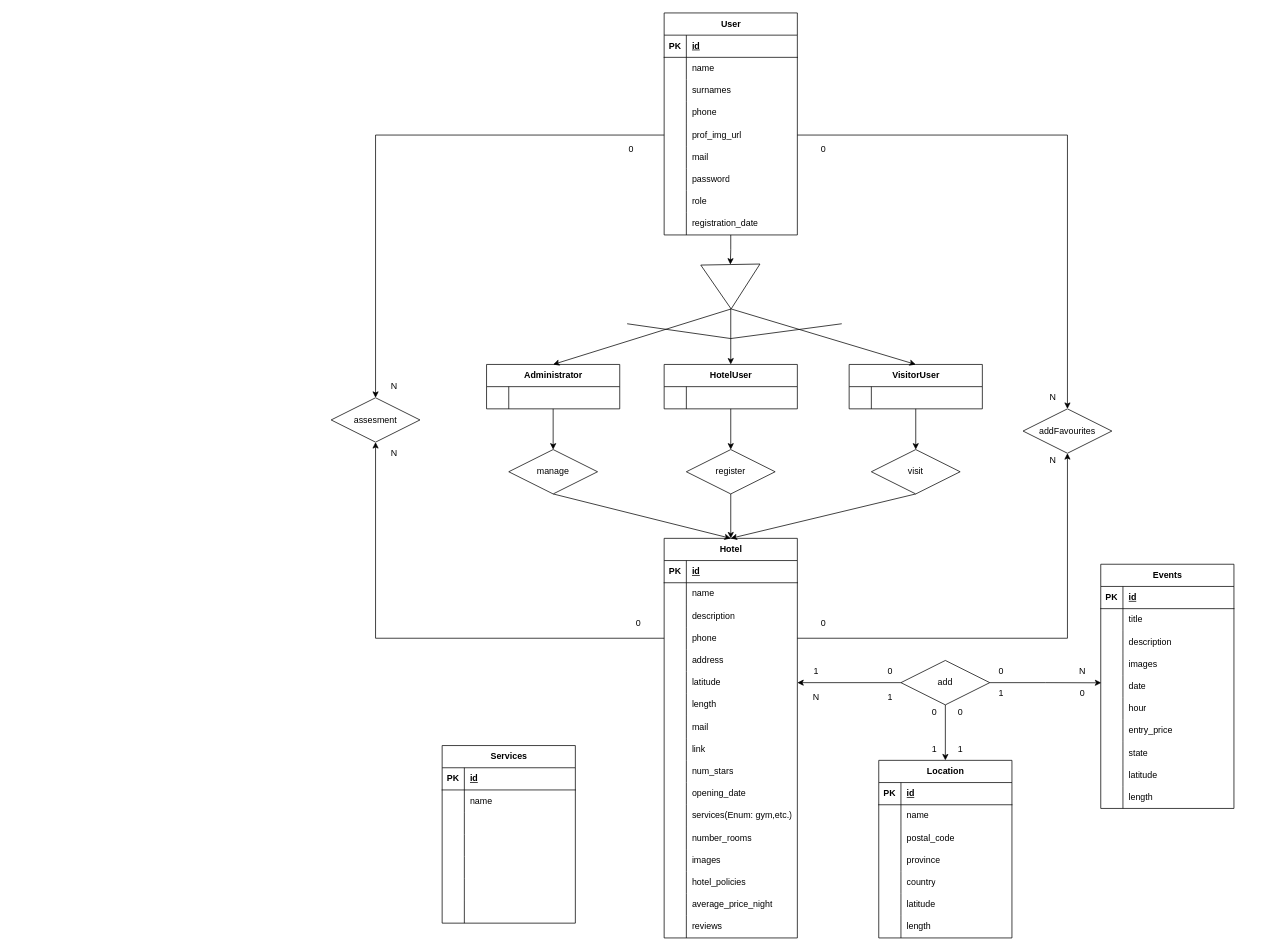
Above: c6_hohoHotel.drawio in SerotDev/sru-abi-rlm-project-backend (draw.io), before the change. Source tidied: cells renumbered, new cells numbered last; positions are measured from the earlier drawing's top-left corner, leaving out a move shared by most shapes. Both pictures are drawn from the tidied source at 74%, with x=0, y=0 at pixel (13, 13).
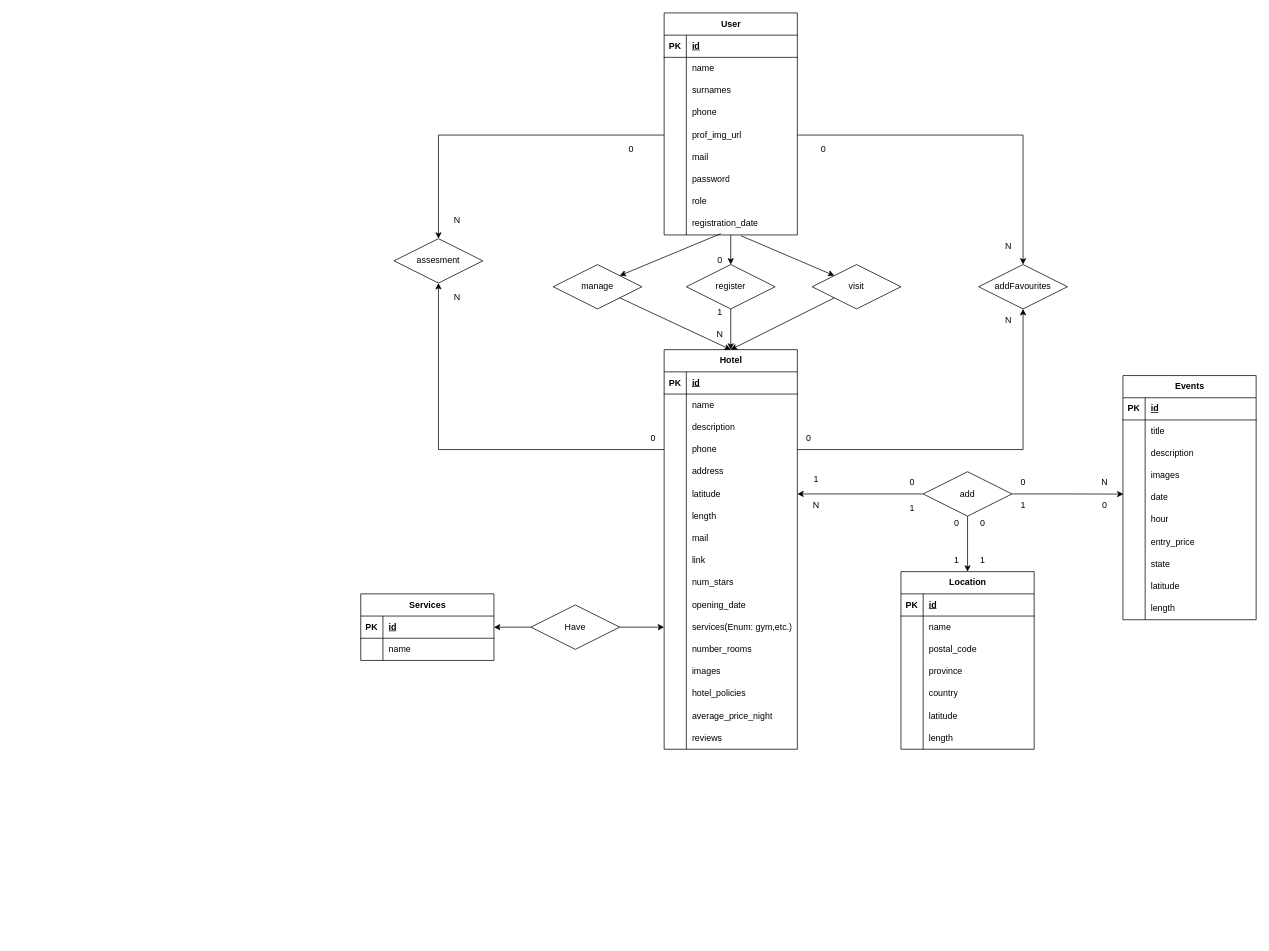
After the change.

The change refers to these unchanged cells:
```xml
<mxCell id="3" value="User" style="shape=table;startSize=30;childLayout=tableLayout;rowLines=0;fontStyle=1;align=center;html=1;" parent="1" vertex="1">
  <mxGeometry x="880" width="180" height="300" as="geometry" />
</mxCell>
<mxCell id="28" style="shape=tableRow;horizontal=0;startSize=0;swimlaneHead=0;swimlaneBody=0;fillColor=none;points=[[0,0.5],[1,0.5]];portConstraint=eastwest;top=0;left=0;right=0;bottom=0;" parent="3" vertex="1">
  <mxGeometry y="270" width="180" height="30" as="geometry" />
</mxCell>
<mxCell id="118" style="shape=tableRow;horizontal=0;startSize=0;swimlaneHead=0;swimlaneBody=0;fillColor=none;points=[[0,0.5],[1,0.5]];portConstraint=eastwest;top=0;left=0;right=0;bottom=0;" parent="84" vertex="1">
  <mxGeometry y="360" width="180" height="30" as="geometry" />
</mxCell>
<mxCell id="206" style="shape=tableRow;horizontal=0;startSize=0;swimlaneHead=0;swimlaneBody=0;fillColor=none;points=[[0,0.5],[1,0.5]];portConstraint=eastwest;top=0;left=0;right=0;bottom=1;" parent="205" vertex="1">
  <mxGeometry y="30" width="180" height="30" as="geometry" />
</mxCell>
```

What changed in the source:
```diff
@@
-    <mxCell id="2" style="edgeStyle=orthogonalEdgeStyle;rounded=0;jettySize=auto;html=1;entryX=0;entryY=0.5;entryDx=0;entryDy=0;" parent="1" edge="1" source="3" target="178">
-      <mxGeometry relative="1" as="geometry" />
-    </mxCell>
@@
-    <mxCell id="31" style="edgeStyle=orthogonalEdgeStyle;rounded=0;jettySize=auto;html=1;entryX=0.5;entryY=0;entryDx=0;entryDy=0;" parent="1" edge="1" source="32" target="183">
+    <mxCell id="31" style="rounded=0;jettySize=auto;html=1;entryX=0;entryY=0;entryDx=0;entryDy=0;exitX=0.577;exitY=1.037;exitDx=0;exitDy=0;exitPerimeter=0;" parent="1" edge="1" source="28" target="183">
       <mxGeometry relative="1" as="geometry" />
     </mxCell>
-    <mxCell id="32" value="VisitorUser" style="shape=table;startSize=30;childLayout=tableLayout;rowLines=0;fontStyle=1;align=center;html=1;" parent="1" vertex="1">
-      <mxGeometry x="1130" y="475" width="180" height="60" as="geometry" />
-    </mxCell>
-    <mxCell id="33" style="shape=tableRow;horizontal=0;startSize=0;swimlaneHead=0;swimlaneBody=0;fillColor=none;top=0;left=0;right=0;bottom=0;" parent="32" vertex="1">
-      <mxGeometry y="30" width="180" height="30" as="geometry" />
-    </mxCell>
-    <mxCell id="34" style="shape=partialRectangle;fillColor=none;top=0;left=0;bottom=0;right=0;overflow=hidden;whiteSpace=wrap;html=1;" parent="33" vertex="1">
-      <mxGeometry width="30" height="30" as="geometry" />
-    </mxCell>
-    <mxCell id="35" style="shape=partialRectangle;fillColor=none;top=0;left=0;bottom=0;right=0;align=left;spacingLeft=6;overflow=hidden;whiteSpace=wrap;html=1;" parent="33" vertex="1">
-      <mxGeometry x="30" width="150" height="30" as="geometry" />
-    </mxCell>
-    <mxCell id="36" style="edgeStyle=orthogonalEdgeStyle;rounded=0;jettySize=auto;html=1;entryX=0.5;entryY=0;entryDx=0;entryDy=0;" parent="1" edge="1" source="37" target="141">
+    <mxCell id="36" style="rounded=0;jettySize=auto;html=1;entryX=0.5;entryY=0;entryDx=0;entryDy=0;" parent="1" edge="1" source="28" target="141">
       <mxGeometry relative="1" as="geometry" />
     </mxCell>
-    <mxCell id="37" value="HotelUser" style="shape=table;startSize=30;childLayout=tableLayout;rowLines=0;fontStyle=1;align=center;html=1;" parent="1" vertex="1">
-      <mxGeometry x="880" y="475" width="180" height="60" as="geometry" />
-    </mxCell>
-    <mxCell id="38" style="shape=tableRow;horizontal=0;startSize=0;swimlaneHead=0;swimlaneBody=0;fillColor=none;top=0;left=0;right=0;bottom=0;" parent="37" vertex="1">
-      <mxGeometry y="30" width="180" height="30" as="geometry" />
-    </mxCell>
-    <mxCell id="39" style="shape=partialRectangle;fillColor=none;top=0;left=0;bottom=0;right=0;overflow=hidden;whiteSpace=wrap;html=1;" parent="38" vertex="1">
-      <mxGeometry width="30" height="30" as="geometry" />
-    </mxCell>
-    <mxCell id="40" style="shape=partialRectangle;fillColor=none;top=0;left=0;bottom=0;right=0;align=left;spacingLeft=6;overflow=hidden;whiteSpace=wrap;html=1;" parent="38" vertex="1">
-      <mxGeometry x="30" width="150" height="30" as="geometry" />
-    </mxCell>
     <mxCell id="41" value="Events" style="shape=table;startSize=30;childLayout=tableLayout;rowLines=0;fontStyle=1;align=center;html=1;" parent="1" vertex="1">
-      <mxGeometry x="1470" y="745" width="180" height="330" as="geometry" />
+      <mxGeometry x="1500" y="490" width="180" height="330" as="geometry" />
     </mxCell>
@@
     <mxCell id="84" value="Hotel" style="shape=table;startSize=30;childLayout=tableLayout;rowLines=0;fontStyle=1;align=center;html=1;" parent="1" vertex="1">
-      <mxGeometry x="880" y="710" width="180" height="540" as="geometry" />
+      <mxGeometry x="880" y="455" width="180" height="540" as="geometry" />
     </mxCell>
@@
     <mxCell id="139" value="add" style="shape=rhombus;perimeter=rhombusPerimeter;whiteSpace=wrap;html=1;align=center;" parent="1" vertex="1">
-      <mxGeometry x="1200" y="875" width="120" height="60" as="geometry" />
+      <mxGeometry x="1230" y="620" width="120" height="60" as="geometry" />
     </mxCell>
@@
     <mxCell id="141" value="register" style="shape=rhombus;perimeter=rhombusPerimeter;whiteSpace=wrap;html=1;align=center;" parent="1" vertex="1">
-      <mxGeometry x="910" y="590" width="120" height="60" as="geometry" />
+      <mxGeometry x="910" y="340" width="120" height="60" as="geometry" />
     </mxCell>
-    <mxCell id="142" style="edgeStyle=orthogonalEdgeStyle;rounded=0;jettySize=auto;html=1;entryX=0.5;entryY=0;entryDx=0;entryDy=0;" parent="1" edge="1" source="143" target="181">
+    <mxCell id="142" style="rounded=0;jettySize=auto;html=1;entryX=1;entryY=0;entryDx=0;entryDy=0;exitX=0.425;exitY=0.943;exitDx=0;exitDy=0;exitPerimeter=0;" parent="1" edge="1" source="28" target="181">
       <mxGeometry relative="1" as="geometry" />
     </mxCell>
-    <mxCell id="143" value="Administrator" style="shape=table;startSize=30;childLayout=tableLayout;rowLines=0;fontStyle=1;align=center;html=1;" parent="1" vertex="1">
-      <mxGeometry x="640" y="475" width="180" height="60" as="geometry" />
-    </mxCell>
-    <mxCell id="144" style="shape=tableRow;horizontal=0;startSize=0;swimlaneHead=0;swimlaneBody=0;fillColor=none;top=0;left=0;right=0;bottom=0;" parent="143" vertex="1">
-      <mxGeometry y="30" width="180" height="30" as="geometry" />
-    </mxCell>
-    <mxCell id="145" style="shape=partialRectangle;fillColor=none;top=0;left=0;bottom=0;right=0;overflow=hidden;whiteSpace=wrap;html=1;" parent="144" vertex="1">
-      <mxGeometry width="30" height="30" as="geometry" />
-    </mxCell>
-    <mxCell id="146" style="shape=partialRectangle;fillColor=none;top=0;left=0;bottom=0;right=0;align=left;spacingLeft=6;overflow=hidden;whiteSpace=wrap;html=1;" parent="144" vertex="1">
-      <mxGeometry x="30" width="150" height="30" as="geometry" />
-    </mxCell>
     <mxCell id="147" value="Location" style="shape=table;startSize=30;childLayout=tableLayout;rowLines=0;fontStyle=1;align=center;html=1;" parent="1" vertex="1">
-      <mxGeometry x="1170" y="1010" width="180" height="240" as="geometry" />
+      <mxGeometry x="1200" y="755" width="180" height="240" as="geometry" />
     </mxCell>
@@
     <mxCell id="169" value="N" style="text;html=1;align=center;verticalAlign=middle;strokeColor=none;fillColor=none;" parent="1" vertex="1">
-      <mxGeometry x="1070" y="910" width="30" height="30" as="geometry" />
+      <mxGeometry x="1070" y="650" width="30" height="30" as="geometry" />
     </mxCell>
     <mxCell id="170" value="0" style="text;html=1;align=center;verticalAlign=middle;strokeColor=none;fillColor=none;" parent="1" vertex="1">
-      <mxGeometry x="1170" y="875" width="30" height="30" as="geometry" />
+      <mxGeometry x="1200" y="620" width="30" height="30" as="geometry" />
     </mxCell>
     <mxCell id="171" value="0" style="text;html=1;align=center;verticalAlign=middle;strokeColor=none;fillColor=none;" parent="1" vertex="1">
-      <mxGeometry x="1320" y="875" width="30" height="30" as="geometry" />
+      <mxGeometry x="1350" y="620" width="30" height="30" as="geometry" />
     </mxCell>
     <mxCell id="172" value="N" style="text;html=1;align=center;verticalAlign=middle;strokeColor=none;fillColor=none;" parent="1" vertex="1">
-      <mxGeometry x="1430" y="875" width="30" height="30" as="geometry" />
+      <mxGeometry x="1460" y="620" width="30" height="30" as="geometry" />
     </mxCell>
     <mxCell id="173" value="0" style="text;html=1;align=center;verticalAlign=middle;strokeColor=none;fillColor=none;" parent="1" vertex="1">
-      <mxGeometry x="1230" y="930" width="30" height="30" as="geometry" />
+      <mxGeometry x="1260" y="675" width="30" height="30" as="geometry" />
     </mxCell>
     <mxCell id="174" value="1" style="text;html=1;align=center;verticalAlign=middle;strokeColor=none;fillColor=none;" parent="1" vertex="1">
-      <mxGeometry x="1230" y="980" width="30" height="30" as="geometry" />
+      <mxGeometry x="1260" y="725" width="30" height="30" as="geometry" />
     </mxCell>
-    <mxCell id="175" style="rounded=0;jettySize=auto;html=1;entryX=0.5;entryY=0;entryDx=0;entryDy=0;exitX=1;exitY=0.5;exitDx=0;exitDy=0;" parent="1" edge="1" source="178" target="143">
-      <mxGeometry relative="1" as="geometry" />
-    </mxCell>
-    <mxCell id="176" style="edgeStyle=orthogonalEdgeStyle;rounded=0;jettySize=auto;html=1;entryX=0.5;entryY=0;entryDx=0;entryDy=0;" parent="1" edge="1" source="178" target="37">
-      <mxGeometry relative="1" as="geometry" />
-    </mxCell>
-    <mxCell id="177" style="rounded=0;jettySize=auto;html=1;entryX=0.5;entryY=0;entryDx=0;entryDy=0;exitX=1;exitY=0.5;exitDx=0;exitDy=0;" parent="1" edge="1" source="178" target="32">
-      <mxGeometry relative="1" as="geometry" />
-    </mxCell>
-    <mxCell id="178" style="triangle;whiteSpace=wrap;html=1;rotation=89;" parent="1" vertex="1">
-      <mxGeometry x="940" y="330" width="60" height="80" as="geometry" />
-    </mxCell>
@@
-    <mxCell id="180" style="rounded=0;jettySize=auto;html=1;exitX=0.5;exitY=1;exitDx=0;exitDy=0;entryX=0.5;entryY=0;entryDx=0;entryDy=0;" parent="1" edge="1" source="181" target="84">
+    <mxCell id="180" style="rounded=0;jettySize=auto;html=1;exitX=1;exitY=1;exitDx=0;exitDy=0;entryX=0.5;entryY=0;entryDx=0;entryDy=0;" parent="1" edge="1" source="181" target="84">
       <mxGeometry relative="1" as="geometry" />
     </mxCell>
     <mxCell id="181" value="manage" style="shape=rhombus;perimeter=rhombusPerimeter;whiteSpace=wrap;html=1;align=center;" parent="1" vertex="1">
-      <mxGeometry x="670" y="590" width="120" height="60" as="geometry" />
+      <mxGeometry x="730" y="340" width="120" height="60" as="geometry" />
     </mxCell>
-    <mxCell id="182" style="rounded=0;jettySize=auto;html=1;entryX=0.5;entryY=0;entryDx=0;entryDy=0;exitX=0.5;exitY=1;exitDx=0;exitDy=0;" parent="1" edge="1" source="183" target="84">
+    <mxCell id="182" style="rounded=0;jettySize=auto;html=1;entryX=0.5;entryY=0;entryDx=0;entryDy=0;exitX=0;exitY=1;exitDx=0;exitDy=0;" parent="1" edge="1" source="183" target="84">
       <mxGeometry relative="1" as="geometry" />
     </mxCell>
     <mxCell id="183" value="visit" style="shape=rhombus;perimeter=rhombusPerimeter;whiteSpace=wrap;html=1;align=center;" parent="1" vertex="1">
-      <mxGeometry x="1160" y="590" width="120" height="60" as="geometry" />
+      <mxGeometry x="1080" y="340" width="120" height="60" as="geometry" />
     </mxCell>
-    <mxCell id="184" style="endArrow=none;html=1;rounded=0;" parent="1" edge="1">
-      <mxGeometry relative="1" as="geometry">
-        <mxPoint x="1120" y="420" as="sourcePoint" />
-        <mxPoint x="830" y="420" as="targetPoint" />
-        <Array as="points">
-          <mxPoint x="970" y="440" />
-        </Array>
-      </mxGeometry>
-    </mxCell>
     <mxCell id="185" value="0" style="text;html=1;align=center;verticalAlign=middle;strokeColor=none;fillColor=none;" parent="1" vertex="1">
-      <mxGeometry x="1265" y="930" width="30" height="30" as="geometry" />
+      <mxGeometry x="1295" y="675" width="30" height="30" as="geometry" />
     </mxCell>
     <mxCell id="186" value="1" style="text;html=1;align=center;verticalAlign=middle;strokeColor=none;fillColor=none;" parent="1" vertex="1">
-      <mxGeometry x="1265" y="980" width="30" height="30" as="geometry" />
+      <mxGeometry x="1295" y="725" width="30" height="30" as="geometry" />
     </mxCell>
     <mxCell id="187" value="1" style="text;html=1;align=center;verticalAlign=middle;strokeColor=none;fillColor=none;" parent="1" vertex="1">
-      <mxGeometry x="1170" y="910" width="30" height="30" as="geometry" />
+      <mxGeometry x="1200" y="655" width="30" height="30" as="geometry" />
     </mxCell>
     <mxCell id="188" value="1" style="text;html=1;align=center;verticalAlign=middle;strokeColor=none;fillColor=none;" parent="1" vertex="1">
-      <mxGeometry x="1070" y="875" width="30" height="30" as="geometry" />
+      <mxGeometry x="1070" y="615" width="30" height="30" as="geometry" />
     </mxCell>
@@
     <mxCell id="191" value="addFavourites" style="shape=rhombus;perimeter=rhombusPerimeter;whiteSpace=wrap;html=1;align=center;" parent="1" vertex="1">
-      <mxGeometry x="1365" y="535" width="120" height="60" as="geometry" />
+      <mxGeometry x="1305" y="340" width="120" height="60" as="geometry" />
     </mxCell>
     <mxCell id="192" value="1" style="text;html=1;align=center;verticalAlign=middle;strokeColor=none;fillColor=none;" parent="1" vertex="1">
-      <mxGeometry x="1320" y="905" width="30" height="30" as="geometry" />
+      <mxGeometry x="1350" y="650" width="30" height="30" as="geometry" />
     </mxCell>
     <mxCell id="193" value="0" style="text;html=1;align=center;verticalAlign=middle;strokeColor=none;fillColor=none;" parent="1" vertex="1">
-      <mxGeometry x="1430" y="905" width="30" height="30" as="geometry" />
+      <mxGeometry x="1460" y="650" width="30" height="30" as="geometry" />
     </mxCell>
     <mxCell id="194" value="N" style="text;html=1;align=center;verticalAlign=middle;strokeColor=none;fillColor=none;" parent="1" vertex="1">
-      <mxGeometry x="1390" y="590" width="30" height="30" as="geometry" />
+      <mxGeometry x="1330" y="400" width="30" height="30" as="geometry" />
     </mxCell>
     <mxCell id="195" value="0" style="text;html=1;align=center;verticalAlign=middle;strokeColor=none;fillColor=none;" parent="1" vertex="1">
-      <mxGeometry x="1080" y="810" width="30" height="30" as="geometry" />
+      <mxGeometry x="1060" y="560" width="30" height="30" as="geometry" />
     </mxCell>
     <mxCell id="196" value="N" style="text;html=1;align=center;verticalAlign=middle;strokeColor=none;fillColor=none;" parent="1" vertex="1">
-      <mxGeometry x="1390" y="505" width="30" height="30" as="geometry" />
+      <mxGeometry x="1330" y="300" width="30" height="30" as="geometry" />
     </mxCell>
@@
     <mxCell id="198" value="assesment" style="shape=rhombus;perimeter=rhombusPerimeter;whiteSpace=wrap;html=1;align=center;" parent="1" vertex="1">
-      <mxGeometry x="430" y="520" width="120" height="60" as="geometry" />
+      <mxGeometry x="515" y="305" width="120" height="60" as="geometry" />
     </mxCell>
@@
     <mxCell id="201" value="N" style="text;html=1;align=center;verticalAlign=middle;strokeColor=none;fillColor=none;" parent="1" vertex="1">
-      <mxGeometry x="500" y="490" width="30" height="30" as="geometry" />
+      <mxGeometry x="585" y="265" width="30" height="30" as="geometry" />
     </mxCell>
     <mxCell id="202" value="N" style="text;html=1;align=center;verticalAlign=middle;strokeColor=none;fillColor=none;" parent="1" vertex="1">
-      <mxGeometry x="500" y="580" width="30" height="30" as="geometry" />
+      <mxGeometry x="585" y="370" width="30" height="30" as="geometry" />
     </mxCell>
     <mxCell id="203" value="0" style="text;html=1;align=center;verticalAlign=middle;strokeColor=none;fillColor=none;" parent="1" vertex="1">
-      <mxGeometry x="830" y="810" width="30" height="30" as="geometry" />
+      <mxGeometry x="850" y="560" width="30" height="30" as="geometry" />
     </mxCell>
@@
     <mxCell id="205" value="Services" style="shape=table;startSize=30;childLayout=tableLayout;rowLines=0;fontStyle=1;align=center;html=1;" parent="1" vertex="1">
-      <mxGeometry x="580" y="990" width="180" height="240" as="geometry" />
+      <mxGeometry x="470" y="785" width="180" height="90" as="geometry" />
     </mxCell>
@@
-    <mxCell id="212" style="shape=tableRow;horizontal=0;startSize=0;swimlaneHead=0;swimlaneBody=0;fillColor=none;top=0;left=0;right=0;bottom=0;" parent="205" vertex="1">
-      <mxGeometry y="90" width="180" height="30" as="geometry" />
-    </mxCell>
-    <mxCell id="213" style="shape=partialRectangle;fillColor=none;top=0;left=0;bottom=0;right=0;overflow=hidden;whiteSpace=wrap;html=1;" parent="212" vertex="1">
-      <mxGeometry width="30" height="30" as="geometry" />
-    </mxCell>
-    <mxCell id="214" style="shape=partialRectangle;fillColor=none;top=0;left=0;bottom=0;right=0;align=left;spacingLeft=6;overflow=hidden;whiteSpace=wrap;html=1;" parent="212" vertex="1">
-      <mxGeometry x="30" width="150" height="30" as="geometry" />
-    </mxCell>
-    <mxCell id="215" style="shape=tableRow;horizontal=0;startSize=0;swimlaneHead=0;swimlaneBody=0;fillColor=none;top=0;left=0;right=0;bottom=0;" parent="205" vertex="1">
-      <mxGeometry y="120" width="180" height="30" as="geometry" />
-    </mxCell>
-    <mxCell id="216" style="shape=partialRectangle;fillColor=none;top=0;left=0;bottom=0;right=0;overflow=hidden;whiteSpace=wrap;html=1;" parent="215" vertex="1">
-      <mxGeometry width="30" height="30" as="geometry" />
-    </mxCell>
-    <mxCell id="217" style="shape=partialRectangle;fillColor=none;top=0;left=0;bottom=0;right=0;align=left;spacingLeft=6;overflow=hidden;whiteSpace=wrap;html=1;" parent="215" vertex="1">
-      <mxGeometry x="30" width="150" height="30" as="geometry" />
-    </mxCell>
-    <mxCell id="218" style="shape=tableRow;horizontal=0;startSize=0;swimlaneHead=0;swimlaneBody=0;fillColor=none;top=0;left=0;right=0;bottom=0;" parent="205" vertex="1">
-      <mxGeometry y="150" width="180" height="30" as="geometry" />
-    </mxCell>
-    <mxCell id="219" style="shape=partialRectangle;fillColor=none;top=0;left=0;bottom=0;right=0;overflow=hidden;whiteSpace=wrap;html=1;" parent="218" vertex="1">
-      <mxGeometry width="30" height="30" as="geometry" />
-    </mxCell>
-    <mxCell id="220" style="shape=partialRectangle;fillColor=none;top=0;left=0;bottom=0;right=0;align=left;spacingLeft=6;overflow=hidden;whiteSpace=wrap;html=1;" parent="218" vertex="1">
-      <mxGeometry x="30" width="150" height="30" as="geometry" />
-    </mxCell>
-    <mxCell id="221" style="shape=tableRow;horizontal=0;startSize=0;swimlaneHead=0;swimlaneBody=0;fillColor=none;top=0;left=0;right=0;bottom=0;" parent="205" vertex="1">
-      <mxGeometry y="180" width="180" height="30" as="geometry" />
-    </mxCell>
-    <mxCell id="222" style="shape=partialRectangle;fillColor=none;top=0;left=0;bottom=0;right=0;overflow=hidden;whiteSpace=wrap;html=1;" parent="221" vertex="1">
-      <mxGeometry width="30" height="30" as="geometry" />
-    </mxCell>
-    <mxCell id="223" style="shape=partialRectangle;fillColor=none;top=0;left=0;bottom=0;right=0;align=left;spacingLeft=6;overflow=hidden;whiteSpace=wrap;html=1;" parent="221" vertex="1">
-      <mxGeometry x="30" width="150" height="30" as="geometry" />
-    </mxCell>
-    <mxCell id="224" style="shape=tableRow;horizontal=0;startSize=0;swimlaneHead=0;swimlaneBody=0;fillColor=none;top=0;left=0;right=0;bottom=0;" parent="205" vertex="1">
-      <mxGeometry y="210" width="180" height="30" as="geometry" />
-    </mxCell>
-    <mxCell id="225" style="shape=partialRectangle;fillColor=none;top=0;left=0;bottom=0;right=0;overflow=hidden;whiteSpace=wrap;html=1;" parent="224" vertex="1">
-      <mxGeometry width="30" height="30" as="geometry" />
-    </mxCell>
-    <mxCell id="226" style="shape=partialRectangle;fillColor=none;top=0;left=0;bottom=0;right=0;align=left;spacingLeft=6;overflow=hidden;whiteSpace=wrap;html=1;" parent="224" vertex="1">
-      <mxGeometry x="30" width="150" height="30" as="geometry" />
-    </mxCell>
+    <mxCell id="227" value="Have" style="shape=rhombus;perimeter=rhombusPerimeter;whiteSpace=wrap;html=1;align=center;" parent="1" vertex="1">
+      <mxGeometry x="700" y="800" width="120" height="60" as="geometry" />
+    </mxCell>
+    <mxCell id="228" style="edgeStyle=orthogonalEdgeStyle;rounded=0;jettySize=auto;html=1;entryX=1;entryY=0.5;entryDx=0;entryDy=0;exitX=0;exitY=0.5;exitDx=0;exitDy=0;" parent="1" edge="1" source="227" target="206">
+      <mxGeometry relative="1" as="geometry" />
+    </mxCell>
+    <mxCell id="229" style="edgeStyle=orthogonalEdgeStyle;rounded=0;jettySize=auto;html=1;exitX=1;exitY=0.5;exitDx=0;exitDy=0;entryX=0;entryY=0.5;entryDx=0;entryDy=0;" parent="1" edge="1" source="227" target="118">
+      <mxGeometry relative="1" as="geometry" />
+    </mxCell>
+    <mxCell id="230" value="1" style="text;html=1;align=center;verticalAlign=middle;strokeColor=none;fillColor=none;" parent="1" vertex="1">
+      <mxGeometry x="940" y="390" width="30" height="30" as="geometry" />
+    </mxCell>
+    <mxCell id="231" value="N" style="text;html=1;align=center;verticalAlign=middle;strokeColor=none;fillColor=none;" parent="1" vertex="1">
+      <mxGeometry x="940" y="420" width="30" height="30" as="geometry" />
+    </mxCell>
+    <mxCell id="232" value="0" style="text;html=1;align=center;verticalAlign=middle;strokeColor=none;fillColor=none;" parent="1" vertex="1">
+      <mxGeometry x="940" y="320" width="30" height="30" as="geometry" />
+    </mxCell>
```
